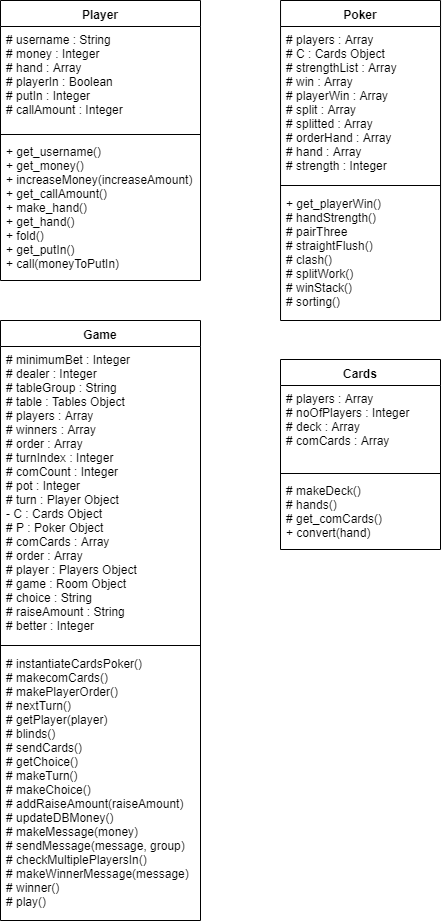
tom-pollak/web-poker keeps this draw.io diagram as report/oop design.png. Above is the earlier version. Source tidied: cells renumbered, new cells last; positions are measured from the earlier drawing's top-left corner, leaving out a move shared by most shapes.
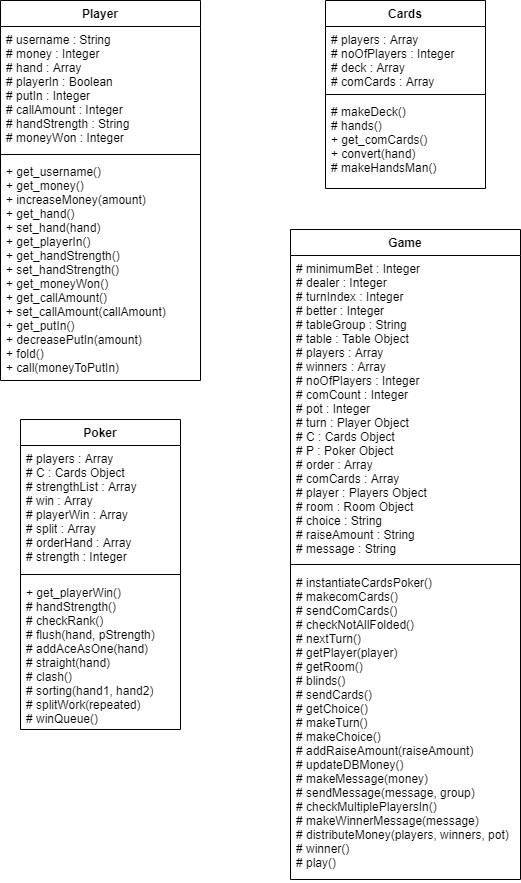
After the change.

What changed in the source:
```diff
@@ -3,52 +3,52 @@
     <mxCell id="0" />
     <mxCell id="1" parent="0" />
     <mxCell id="2" value="Player" style="swimlane;fontStyle=1;align=center;verticalAlign=top;horizontal=1;startSize=26;" parent="1" vertex="1">
-      <mxGeometry width="200" height="280" as="geometry" />
+      <mxGeometry width="200" height="380" as="geometry" />
     </mxCell>
-    <mxCell id="3" value="# username : String&#10;# money : Integer&#10;# hand : Array&#10;# playerIn : Boolean&#10;# putIn : Integer&#10;# callAmount : Integer" style="text;strokeColor=none;fillColor=none;align=left;verticalAlign=top;spacingLeft=4;spacingRight=4;overflow=hidden;" parent="2" vertex="1">
-      <mxGeometry y="26" width="200" height="104" as="geometry" />
+    <mxCell id="3" value="# username : String&#10;# money : Integer&#10;# hand : Array&#10;# playerIn : Boolean&#10;# putIn : Integer&#10;# callAmount : Integer&#10;# handStrength : String&#10;# moneyWon : Integer" style="text;strokeColor=none;fillColor=none;align=left;verticalAlign=top;spacingLeft=4;spacingRight=4;overflow=hidden;" parent="2" vertex="1">
+      <mxGeometry y="26" width="200" height="124" as="geometry" />
     </mxCell>
     <mxCell id="4" style="line;strokeWidth=1;fillColor=none;align=left;verticalAlign=middle;spacingTop=-1;spacingLeft=3;spacingRight=3;labelPosition=right;" parent="2" vertex="1">
-      <mxGeometry y="130" width="200" height="8" as="geometry" />
+      <mxGeometry y="150" width="200" height="8" as="geometry" />
     </mxCell>
-    <mxCell id="5" value="+ get_username()&#10;+ get_money()&#10;+ increaseMoney(increaseAmount)&#10;+ get_callAmount()&#10;+ make_hand()&#10;+ get_hand()&#10;+ fold()&#10;+ get_putIn()&#10;+ call(moneyToPutIn)" style="text;strokeColor=none;fillColor=none;align=left;verticalAlign=top;spacingLeft=4;spacingRight=4;overflow=hidden;" parent="2" vertex="1">
-      <mxGeometry y="138" width="200" height="142" as="geometry" />
+    <mxCell id="5" value="+ get_username()&#10;+ get_money()&#10;+ increaseMoney(amount)&#10;+ get_hand()&#10;+ set_hand(hand)&#10;+ get_playerIn()&#10;+ get_handStrength()&#10;+ set_handStrength()&#10;+ get_moneyWon()&#10;+ get_callAmount()&#10;+ set_callAmount(callAmount)&#10;+ get_putIn()&#10;+ decreasePutIn(amount)&#10;+ fold()&#10;+ call(moneyToPutIn)" style="text;strokeColor=none;fillColor=none;align=left;verticalAlign=top;spacingLeft=4;spacingRight=4;overflow=hidden;" parent="2" vertex="1">
+      <mxGeometry y="158" width="200" height="222" as="geometry" />
     </mxCell>
     <mxCell id="6" value="Cards" style="swimlane;fontStyle=1;align=center;verticalAlign=top;horizontal=1;startSize=26;" parent="1" vertex="1">
-      <mxGeometry x="280" y="359" width="160" height="190" as="geometry" />
+      <mxGeometry x="325" width="160" height="188" as="geometry" />
     </mxCell>
     <mxCell id="7" value="# players : Array&#10;# noOfPlayers : Integer&#10;# deck : Array&#10;# comCards : Array" style="text;strokeColor=none;fillColor=none;align=left;verticalAlign=top;spacingLeft=4;spacingRight=4;overflow=hidden;" parent="6" vertex="1">
-      <mxGeometry y="26" width="160" height="84" as="geometry" />
+      <mxGeometry y="26" width="160" height="64" as="geometry" />
     </mxCell>
     <mxCell id="8" style="line;strokeWidth=1;fillColor=none;align=left;verticalAlign=middle;spacingTop=-1;spacingLeft=3;spacingRight=3;labelPosition=right;" parent="6" vertex="1">
-      <mxGeometry y="110" width="160" height="8" as="geometry" />
+      <mxGeometry y="90" width="160" height="8" as="geometry" />
     </mxCell>
-    <mxCell id="9" value="# makeDeck()&#10;# hands()&#10;# get_comCards()&#10;+ convert(hand)&#10;" style="text;strokeColor=none;fillColor=none;align=left;verticalAlign=top;spacingLeft=4;spacingRight=4;overflow=hidden;" parent="6" vertex="1">
-      <mxGeometry y="118" width="160" height="72" as="geometry" />
+    <mxCell id="9" value="# makeDeck()&#10;# hands()&#10;+ get_comCards()&#10;+ convert(hand)&#10;# makeHandsMan()&#10;" style="text;strokeColor=none;fillColor=none;align=left;verticalAlign=top;spacingLeft=4;spacingRight=4;overflow=hidden;" parent="6" vertex="1">
+      <mxGeometry y="98" width="160" height="90" as="geometry" />
     </mxCell>
     <mxCell id="10" value="Poker" style="swimlane;fontStyle=1;align=center;verticalAlign=top;horizontal=1;startSize=26;" parent="1" vertex="1">
-      <mxGeometry x="280" width="160" height="320" as="geometry" />
+      <mxGeometry x="20" y="419" width="160" height="310" as="geometry" />
     </mxCell>
-    <mxCell id="11" value="# players : Array&#10;# C : Cards Object&#10;# strengthList : Array&#10;# win : Array&#10;# playerWin : Array&#10;# split : Array&#10;# splitted : Array&#10;# orderHand : Array&#10;# hand : Array&#10;# strength : Integer" style="text;strokeColor=none;fillColor=none;align=left;verticalAlign=top;spacingLeft=4;spacingRight=4;overflow=hidden;" parent="10" vertex="1">
-      <mxGeometry y="26" width="160" height="154" as="geometry" />
+    <mxCell id="11" value="# players : Array&#10;# C : Cards Object&#10;# strengthList : Array&#10;# win : Array&#10;# playerWin : Array&#10;# split : Array&#10;# orderHand : Array&#10;# strength : Integer" style="text;strokeColor=none;fillColor=none;align=left;verticalAlign=top;spacingLeft=4;spacingRight=4;overflow=hidden;" parent="10" vertex="1">
+      <mxGeometry y="26" width="160" height="124" as="geometry" />
     </mxCell>
     <mxCell id="12" style="line;strokeWidth=1;fillColor=none;align=left;verticalAlign=middle;spacingTop=-1;spacingLeft=3;spacingRight=3;labelPosition=right;" parent="10" vertex="1">
-      <mxGeometry y="180" width="160" height="10" as="geometry" />
+      <mxGeometry y="150" width="160" height="10" as="geometry" />
     </mxCell>
-    <mxCell id="13" value="+ get_playerWin()&#10;# handStrength()&#10;# pairThree&#10;# straightFlush()&#10;# clash()&#10;# splitWork()&#10;# winStack()&#10;# sorting()" style="text;strokeColor=none;fillColor=none;align=left;verticalAlign=top;spacingLeft=4;spacingRight=4;overflow=hidden;" parent="10" vertex="1">
-      <mxGeometry y="190" width="160" height="130" as="geometry" />
+    <mxCell id="13" value="+ get_playerWin()&#10;# handStrength()&#10;# checkRank()&#10;# flush(hand, pStrength)&#10;# addAceAsOne(hand)&#10;# straight(hand)&#10;# clash()&#10;# sorting(hand1, hand2)&#10;# splitWork(repeated)&#10;# winQueue()" style="text;strokeColor=none;fillColor=none;align=left;verticalAlign=top;spacingLeft=4;spacingRight=4;overflow=hidden;" parent="10" vertex="1">
+      <mxGeometry y="160" width="160" height="150" as="geometry" />
     </mxCell>
     <mxCell id="14" value="Game" style="swimlane;fontStyle=1;align=center;verticalAlign=top;horizontal=1;startSize=26;" parent="1" vertex="1">
-      <mxGeometry y="320" width="200" height="600" as="geometry" />
+      <mxGeometry x="290" y="229" width="230" height="650" as="geometry" />
     </mxCell>
-    <mxCell id="15" value="# minimumBet : Integer&#10;# dealer : Integer&#10;# tableGroup : String&#10;# table : Tables Object&#10;# players : Array&#10;# winners : Array&#10;# order : Array&#10;# turnIndex : Integer&#10;# comCount : Integer&#10;# pot : Integer&#10;# turn : Player Object&#10;- C : Cards Object&#10;# P : Poker Object&#10;# comCards : Array&#10;# order : Array&#10;# player : Players Object&#10;# game : Room Object&#10;# choice : String&#10;# raiseAmount : String&#10;# better : Integer" style="text;strokeColor=none;fillColor=none;align=left;verticalAlign=top;spacingLeft=4;spacingRight=4;overflow=hidden;" parent="14" vertex="1">
-      <mxGeometry y="26" width="200" height="294" as="geometry" />
+    <mxCell id="15" value="# minimumBet : Integer&#10;# dealer : Integer&#10;# turnIndex : Integer&#10;# better : Integer&#10;# tableGroup : String&#10;# table : Table Object&#10;# players : Array&#10;# winners : Array&#10;# noOfPlayers : Integer&#10;# comCount : Integer&#10;# pot : Integer&#10;# turn : Player Object&#10;# C : Cards Object&#10;# P : Poker Object&#10;# order : Array&#10;# comCards : Array&#10;# player : Players Object&#10;# room : Room Object&#10;# choice : String&#10;# raiseAmount : String&#10;# message : String" style="text;strokeColor=none;fillColor=none;align=left;verticalAlign=top;spacingLeft=4;spacingRight=4;overflow=hidden;" parent="14" vertex="1">
+      <mxGeometry y="26" width="230" height="304" as="geometry" />
     </mxCell>
     <mxCell id="16" style="line;strokeWidth=1;fillColor=none;align=left;verticalAlign=middle;spacingTop=-1;spacingLeft=3;spacingRight=3;labelPosition=right;" parent="14" vertex="1">
-      <mxGeometry y="320" width="200" height="10" as="geometry" />
+      <mxGeometry y="330" width="230" height="10" as="geometry" />
     </mxCell>
-    <mxCell id="17" value="# instantiateCardsPoker()&#10;# makecomCards()&#10;# makePlayerOrder()&#10;# nextTurn()&#10;# getPlayer(player)&#10;# blinds()&#10;# sendCards()&#10;# getChoice()&#10;# makeTurn()&#10;# makeChoice()&#10;# addRaiseAmount(raiseAmount)&#10;# updateDBMoney()&#10;# makeMessage(money)&#10;# sendMessage(message, group)&#10;# checkMultiplePlayersIn()&#10;# makeWinnerMessage(message)&#10;# winner()&#10;# play()" style="text;strokeColor=none;fillColor=none;align=left;verticalAlign=top;spacingLeft=4;spacingRight=4;overflow=hidden;" parent="14" vertex="1">
-      <mxGeometry y="330" width="200" height="270" as="geometry" />
+    <mxCell id="17" value="# instantiateCardsPoker()&#10;# makecomCards()&#10;# sendComCards()&#10;# checkNotAllFolded()&#10;# nextTurn()&#10;# getPlayer(player)&#10;# getRoom()&#10;# blinds()&#10;# sendCards()&#10;# getChoice()&#10;# makeTurn()&#10;# makeChoice()&#10;# addRaiseAmount(raiseAmount)&#10;# updateDBMoney()&#10;# makeMessage(money)&#10;# sendMessage(message, group)&#10;# checkMultiplePlayersIn()&#10;# makeWinnerMessage(message)&#10;# distributeMoney(players, winners, pot)&#10;# winner()&#10;# play()" style="text;strokeColor=none;fillColor=none;align=left;verticalAlign=top;spacingLeft=4;spacingRight=4;overflow=hidden;" parent="14" vertex="1">
+      <mxGeometry y="340" width="230" height="310" as="geometry" />
     </mxCell>
   </root>
 </mxGraphModel>
```
